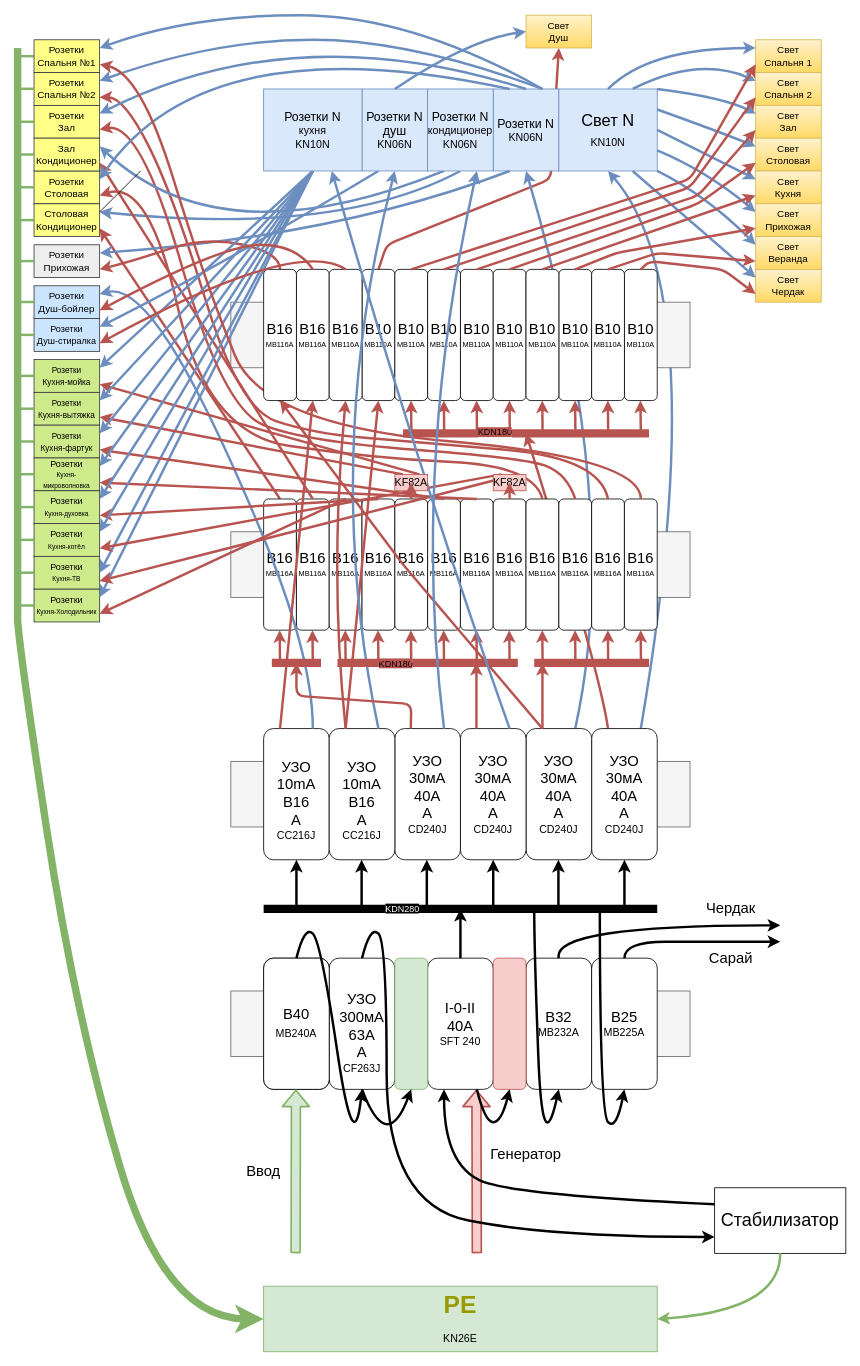
The draw.io diagram shit-v2.drawio in Tur-4000/electro22, before the edit. Source tidied: cells renumbered, new cells numbered last; positions are measured from the earlier drawing's top-left corner, leaving out a move shared by most shapes. Both pictures are drawn from the tidied source at 82%, with x=0, y=0 at pixel (17, 15).
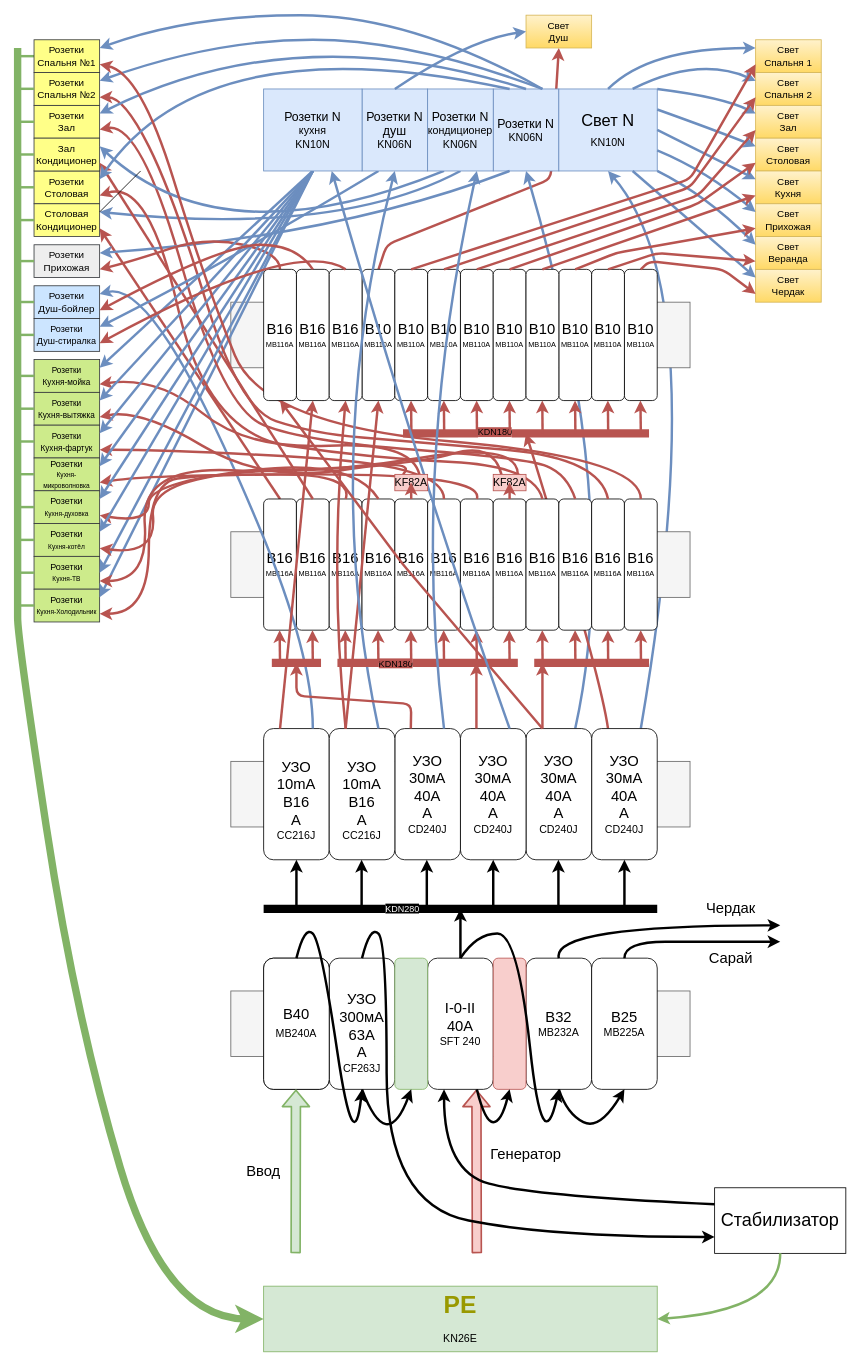
The same diagram, later.

Unchanged cells that the change refers to:
```xml
<mxCell id="13" value="&lt;div style=&quot;font-size: 18px&quot;&gt;&lt;span style=&quot;color: rgb(0 , 0 , 0) ; font-weight: normal ; text-decoration: none ; font-family: &amp;#34;arial&amp;#34; ; font-style: normal&quot;&gt;&lt;font style=&quot;font-size: 18px&quot;&gt;B32&lt;/font&gt;&lt;br&gt;&lt;/span&gt;&lt;/div&gt;&lt;div&gt;&lt;span style=&quot;font-size: 13px ; color: #000000 ; font-weight: normal ; text-decoration: none ; font-family: &amp;#34;arial&amp;#34; ; font-style: normal&quot;&gt; MB232A&lt;/span&gt;&lt;/div&gt;" style="rounded=1;whiteSpace=wrap;html=1;" parent="1" vertex="1">
  <mxGeometry x="620" y="1150" width="80" height="160" as="geometry" />
</mxCell>
<mxCell id="17" value="&lt;div style=&quot;font-size: 18px&quot;&gt;&lt;span style=&quot;color: rgb(0 , 0 , 0) ; font-weight: normal ; text-decoration: none ; font-family: &amp;#34;arial&amp;#34; ; font-style: normal&quot;&gt;I-0-II&lt;br&gt;&lt;/span&gt;&lt;/div&gt;&lt;div style=&quot;font-size: 18px&quot;&gt;&lt;span style=&quot;color: rgb(0 , 0 , 0) ; font-weight: normal ; text-decoration: none ; font-family: &amp;#34;arial&amp;#34; ; font-style: normal&quot;&gt;40A&lt;br&gt;&lt;/span&gt;&lt;/div&gt;&lt;div&gt;&lt;span style=&quot;font-size: 13px ; color: #000000 ; font-weight: normal ; text-decoration: none ; font-family: &amp;#34;arial&amp;#34; ; font-style: normal&quot;&gt;SFT 240&lt;/span&gt;&lt;/div&gt;" style="rounded=1;whiteSpace=wrap;html=1;" parent="1" vertex="1">
  <mxGeometry x="500" y="1150" width="80" height="160" as="geometry" />
</mxCell>
<mxCell id="18" value="&lt;div style=&quot;font-size: 18px&quot;&gt;&lt;span style=&quot;color: rgb(0 , 0 , 0) ; font-weight: normal ; text-decoration: none ; font-family: &amp;#34;arial&amp;#34; ; font-style: normal&quot;&gt;&lt;font style=&quot;font-size: 18px&quot;&gt;B25&lt;/font&gt;&lt;br&gt;&lt;/span&gt;&lt;/div&gt;&lt;div&gt;&lt;span style=&quot;font-size: 13px ; color: #000000 ; font-weight: normal ; text-decoration: none ; font-family: &amp;#34;arial&amp;#34; ; font-style: normal&quot;&gt;MB225A&lt;/span&gt;&lt;/div&gt;" style="rounded=1;whiteSpace=wrap;html=1;" parent="1" vertex="1">
  <mxGeometry x="700" y="1150" width="80" height="160" as="geometry" />
</mxCell>
<mxCell id="53" value="&lt;div&gt;&lt;font style=&quot;font-size: 10px&quot;&gt;Розетки&lt;/font&gt;&lt;/div&gt;&lt;div&gt;&lt;font style=&quot;font-size: 10px&quot;&gt;Кухня-мойка&lt;br&gt;&lt;/font&gt;&lt;/div&gt;" style="rounded=0;whiteSpace=wrap;html=1;fillColor=#cdeb8b;strokeColor=#36393d;" parent="1" vertex="1">
  <mxGeometry x="20" y="420" width="80" height="40" as="geometry" />
</mxCell>
<mxCell id="54" value="&lt;div&gt;&lt;font style=&quot;font-size: 10px&quot;&gt;Розетки&lt;/font&gt;&lt;/div&gt;&lt;div&gt;&lt;font style=&quot;font-size: 10px&quot;&gt;Кухня-вытяжка&lt;br&gt;&lt;/font&gt;&lt;/div&gt;" style="rounded=0;whiteSpace=wrap;html=1;fillColor=#cdeb8b;strokeColor=#36393d;" parent="1" vertex="1">
  <mxGeometry x="20" y="460" width="80" height="40" as="geometry" />
</mxCell>
<mxCell id="55" value="&lt;div&gt;&lt;font style=&quot;font-size: 10px&quot;&gt;Розетки&lt;/font&gt;&lt;/div&gt;&lt;div&gt;&lt;font style=&quot;font-size: 10px&quot;&gt;Кухня-фартук&lt;br&gt;&lt;/font&gt;&lt;/div&gt;" style="rounded=0;whiteSpace=wrap;html=1;fillColor=#cdeb8b;strokeColor=#36393d;" parent="1" vertex="1">
  <mxGeometry x="20" y="500" width="80" height="40" as="geometry" />
</mxCell>
<mxCell id="56" value="&lt;div style=&quot;font-size: 11px&quot;&gt;&lt;font style=&quot;font-size: 11px&quot;&gt;Розетки&lt;/font&gt;&lt;/div&gt;&lt;div style=&quot;font-size: 11px&quot;&gt;&lt;font style=&quot;font-size: 11px&quot;&gt;&lt;font style=&quot;font-size: 8px&quot;&gt;Кухня-микроволновка&lt;/font&gt;&lt;br&gt;&lt;/font&gt;&lt;/div&gt;" style="rounded=0;whiteSpace=wrap;html=1;fillColor=#cdeb8b;strokeColor=#36393d;" parent="1" vertex="1">
  <mxGeometry x="20" y="540" width="80" height="40" as="geometry" />
</mxCell>
<mxCell id="57" value="&lt;div style=&quot;font-size: 11px&quot;&gt;&lt;font style=&quot;font-size: 11px&quot;&gt;Розетки&lt;/font&gt;&lt;/div&gt;&lt;div style=&quot;font-size: 11px&quot;&gt;&lt;font style=&quot;font-size: 11px&quot;&gt;&lt;font style=&quot;font-size: 8px&quot;&gt;Кухня-духовка&lt;/font&gt;&lt;br&gt;&lt;/font&gt;&lt;/div&gt;" style="rounded=0;whiteSpace=wrap;html=1;fillColor=#cdeb8b;strokeColor=#36393d;" parent="1" vertex="1">
  <mxGeometry x="20" y="580" width="80" height="40" as="geometry" />
</mxCell>
<mxCell id="58" value="&lt;div style=&quot;font-size: 11px&quot;&gt;&lt;font style=&quot;font-size: 11px&quot;&gt;Розетки&lt;/font&gt;&lt;/div&gt;&lt;div style=&quot;font-size: 11px&quot;&gt;&lt;font style=&quot;font-size: 11px&quot;&gt;&lt;font style=&quot;font-size: 8px&quot;&gt;Кухня-котёл&lt;/font&gt;&lt;br&gt;&lt;/font&gt;&lt;/div&gt;" style="rounded=0;whiteSpace=wrap;html=1;fillColor=#cdeb8b;strokeColor=#36393d;" parent="1" vertex="1">
  <mxGeometry x="20" y="620" width="80" height="40" as="geometry" />
</mxCell>
<mxCell id="59" value="&lt;div style=&quot;font-size: 11px&quot;&gt;&lt;font style=&quot;font-size: 11px&quot;&gt;Розетки&lt;/font&gt;&lt;/div&gt;&lt;div style=&quot;font-size: 11px&quot;&gt;&lt;font style=&quot;font-size: 11px&quot;&gt;&lt;font style=&quot;font-size: 8px&quot;&gt;Кухня-ТВ&lt;/font&gt;&lt;br&gt;&lt;/font&gt;&lt;/div&gt;" style="rounded=0;whiteSpace=wrap;html=1;fillColor=#cdeb8b;strokeColor=#36393d;" parent="1" vertex="1">
  <mxGeometry x="20" y="660" width="80" height="40" as="geometry" />
</mxCell>
<mxCell id="60" value="&lt;div style=&quot;font-size: 11px&quot;&gt;&lt;font style=&quot;font-size: 11px&quot;&gt;Розетки&lt;/font&gt;&lt;/div&gt;&lt;div style=&quot;font-size: 11px&quot;&gt;&lt;font style=&quot;font-size: 11px&quot;&gt;&lt;font style=&quot;font-size: 8px&quot;&gt;Кухня-Холодильник&lt;/font&gt;&lt;br&gt;&lt;/font&gt;&lt;/div&gt;" style="rounded=0;whiteSpace=wrap;html=1;fillColor=#cdeb8b;strokeColor=#36393d;" parent="1" vertex="1">
  <mxGeometry x="20" y="700" width="80" height="40" as="geometry" />
</mxCell>
<mxCell id="120" value="&lt;div&gt;&lt;span style=&quot;font-size: 13px ; color: #000000 ; font-weight: normal ; text-decoration: none ; font-family: &amp;#34;arial&amp;#34; ; font-style: normal&quot;&gt;&lt;font style=&quot;font-size: 18px&quot;&gt;B16&lt;/font&gt;&lt;br&gt;&lt;/span&gt;&lt;/div&gt;&lt;div&gt;&lt;font size=&quot;1&quot;&gt;&lt;span style=&quot;font-size: 9px ; color: rgb(0 , 0 , 0) ; font-weight: normal ; text-decoration: none ; font-family: &amp;#34;arial&amp;#34; ; font-style: normal&quot;&gt;MB116A&lt;/span&gt;&lt;/font&gt;&lt;/div&gt;" style="rounded=1;whiteSpace=wrap;html=1;" parent="1" vertex="1">
  <mxGeometry x="380" y="590" width="40" height="160" as="geometry" />
</mxCell>
<mxCell id="121" value="&lt;div&gt;&lt;span style=&quot;font-size: 13px ; color: #000000 ; font-weight: normal ; text-decoration: none ; font-family: &amp;#34;arial&amp;#34; ; font-style: normal&quot;&gt;&lt;font style=&quot;font-size: 18px&quot;&gt;B16&lt;/font&gt;&lt;br&gt;&lt;/span&gt;&lt;/div&gt;&lt;div&gt;&lt;font size=&quot;1&quot;&gt;&lt;span style=&quot;font-size: 9px ; color: rgb(0 , 0 , 0) ; font-weight: normal ; text-decoration: none ; font-family: &amp;#34;arial&amp;#34; ; font-style: normal&quot;&gt;MB116A&lt;/span&gt;&lt;/font&gt;&lt;/div&gt;" style="rounded=1;whiteSpace=wrap;html=1;" parent="1" vertex="1">
  <mxGeometry x="420" y="590" width="40" height="160" as="geometry" />
</mxCell>
<mxCell id="123" value="&lt;div&gt;&lt;span style=&quot;font-size: 13px ; color: #000000 ; font-weight: normal ; text-decoration: none ; font-family: &amp;#34;arial&amp;#34; ; font-style: normal&quot;&gt;&lt;font style=&quot;font-size: 18px&quot;&gt;B16&lt;/font&gt;&lt;br&gt;&lt;/span&gt;&lt;/div&gt;&lt;div&gt;&lt;font size=&quot;1&quot;&gt;&lt;span style=&quot;font-size: 9px ; color: rgb(0 , 0 , 0) ; font-weight: normal ; text-decoration: none ; font-family: &amp;#34;arial&amp;#34; ; font-style: normal&quot;&gt;MB116A&lt;/span&gt;&lt;/font&gt;&lt;/div&gt;" style="rounded=1;whiteSpace=wrap;html=1;" parent="1" vertex="1">
  <mxGeometry x="500" y="590" width="40" height="160" as="geometry" />
</mxCell>
<mxCell id="124" value="&lt;div&gt;&lt;span style=&quot;font-size: 13px ; color: #000000 ; font-weight: normal ; text-decoration: none ; font-family: &amp;#34;arial&amp;#34; ; font-style: normal&quot;&gt;&lt;font style=&quot;font-size: 18px&quot;&gt;B16&lt;/font&gt;&lt;br&gt;&lt;/span&gt;&lt;/div&gt;&lt;div&gt;&lt;font size=&quot;1&quot;&gt;&lt;span style=&quot;font-size: 9px ; color: rgb(0 , 0 , 0) ; font-weight: normal ; text-decoration: none ; font-family: &amp;#34;arial&amp;#34; ; font-style: normal&quot;&gt;MB116A&lt;/span&gt;&lt;/font&gt;&lt;/div&gt;" style="rounded=1;whiteSpace=wrap;html=1;" parent="1" vertex="1">
  <mxGeometry x="540" y="590" width="40" height="160" as="geometry" />
</mxCell>
<mxCell id="195" value="&lt;span style=&quot;font-size: 13px ; color: #000000 ; font-weight: normal ; text-decoration: none ; font-family: &amp;#34;arial&amp;#34; ; font-style: normal&quot;&gt;KF82A&lt;/span&gt;" style="rounded=0;whiteSpace=wrap;html=1;fillColor=#f8cecc;strokeColor=#b85450;" parent="1" vertex="1">
  <mxGeometry x="580" y="560" width="40" height="20" as="geometry" />
</mxCell>
<mxCell id="197" value="&lt;span style=&quot;font-size: 13px ; color: #000000 ; font-weight: normal ; text-decoration: none ; font-family: &amp;#34;arial&amp;#34; ; font-style: normal&quot;&gt;KF82A&lt;/span&gt;" style="rounded=0;whiteSpace=wrap;html=1;fillColor=#f8cecc;strokeColor=#b85450;" parent="1" vertex="1">
  <mxGeometry x="460" y="560" width="40" height="20" as="geometry" />
</mxCell>
```

Change to the diagram source:
```diff
@@
-    <mxCell id="26" style="curved=1;endArrow=classic;html=1;strokeWidth=3;entryX=0.5;entryY=1;entryDx=0;entryDy=0;" parent="1" edge="1" target="13">
+    <mxCell id="26" style="curved=1;endArrow=classic;html=1;strokeWidth=3;entryX=0.5;entryY=1;entryDx=0;entryDy=0;exitX=0.5;exitY=0;exitDx=0;exitDy=0;" parent="1" edge="1" source="17" target="13">
       <mxGeometry relative="1" as="geometry">
-        <mxPoint x="630" y="1090" as="sourcePoint" />
         <Array as="points">
-          <mxPoint x="630" y="1140" />
+          <mxPoint x="560" y="1120" />
+          <mxPoint x="610" y="1120" />
           <mxPoint x="640" y="1400" />
         </Array>
       </mxGeometry>
     </mxCell>
-    <mxCell id="27" style="curved=1;endArrow=classic;html=1;strokeWidth=3;entryX=0.5;entryY=1;entryDx=0;entryDy=0;" parent="1" edge="1" target="18">
+    <mxCell id="27" style="curved=1;endArrow=classic;html=1;strokeWidth=3;entryX=0.5;entryY=1;entryDx=0;entryDy=0;exitX=0.5;exitY=1;exitDx=0;exitDy=0;" parent="1" edge="1" source="13" target="18">
       <mxGeometry relative="1" as="geometry">
-        <mxPoint x="710" y="1090" as="sourcePoint" />
         <Array as="points">
-          <mxPoint x="710" y="1340" />
-          <mxPoint x="730" y="1360" />
+          <mxPoint x="670" y="1340" />
+          <mxPoint x="710" y="1360" />
         </Array>
       </mxGeometry>
     </mxCell>
@@
     <mxCell id="146" style="curved=1;endArrow=none;html=1;strokeWidth=3;exitX=1;exitY=0.75;exitDx=0;exitDy=0;fillColor=#f8cecc;strokeColor=#b85450;entryX=0.75;entryY=0;entryDx=0;entryDy=0;startArrow=classic;startFill=1;endFill=0;" parent="1" edge="1" source="53" target="197">
-      <mxGeometry relative="1" as="geometry" />
+      <mxGeometry relative="1" as="geometry">
+        <Array as="points">
+          <mxPoint x="170" y="440" />
+          <mxPoint x="280" y="530" />
+          <mxPoint x="480" y="520" />
+        </Array>
+      </mxGeometry>
     </mxCell>
@@
     <mxCell id="148" style="curved=1;endArrow=none;html=1;strokeWidth=3;exitX=1;exitY=0.75;exitDx=0;exitDy=0;fillColor=#f8cecc;strokeColor=#b85450;entryX=0.25;entryY=0;entryDx=0;entryDy=0;startArrow=classic;startFill=1;endFill=0;" parent="1" edge="1" source="54" target="197">
-      <mxGeometry relative="1" as="geometry" />
+      <mxGeometry relative="1" as="geometry">
+        <Array as="points">
+          <mxPoint x="150" y="480" />
+          <mxPoint x="300" y="570" />
+          <mxPoint x="490" y="540" />
+        </Array>
+      </mxGeometry>
     </mxCell>
@@
     <mxCell id="150" style="curved=1;endArrow=none;html=1;strokeWidth=3;exitX=1;exitY=0.75;exitDx=0;exitDy=0;fillColor=#f8cecc;strokeColor=#b85450;entryX=0.5;entryY=0;entryDx=0;entryDy=0;startArrow=classic;startFill=1;endFill=0;" parent="1" edge="1" source="55" target="123">
-      <mxGeometry relative="1" as="geometry" />
+      <mxGeometry relative="1" as="geometry">
+        <Array as="points">
+          <mxPoint x="200" y="530" />
+          <mxPoint x="520" y="550" />
+        </Array>
+      </mxGeometry>
     </mxCell>
@@
     <mxCell id="152" style="curved=1;endArrow=none;html=1;strokeWidth=3;exitX=1;exitY=0.75;exitDx=0;exitDy=0;fillColor=#f8cecc;strokeColor=#b85450;entryX=0.5;entryY=0;entryDx=0;entryDy=0;startArrow=classic;startFill=1;endFill=0;" parent="1" edge="1" source="56" target="124">
-      <mxGeometry relative="1" as="geometry" />
+      <mxGeometry relative="1" as="geometry">
+        <Array as="points">
+          <mxPoint x="160" y="560" />
+          <mxPoint x="570" y="560" />
+        </Array>
+      </mxGeometry>
     </mxCell>
@@
     <mxCell id="154" style="curved=1;endArrow=none;html=1;strokeWidth=3;exitX=1;exitY=0.75;exitDx=0;exitDy=0;fillColor=#f8cecc;strokeColor=#b85450;entryX=0.5;entryY=0;entryDx=0;entryDy=0;startArrow=classic;startFill=1;endFill=0;" parent="1" edge="1" source="57" target="121">
-      <mxGeometry relative="1" as="geometry" />
+      <mxGeometry relative="1" as="geometry">
+        <Array as="points">
+          <mxPoint x="160" y="620" />
+          <mxPoint x="160" y="570" />
+          <mxPoint x="410" y="540" />
+        </Array>
+      </mxGeometry>
     </mxCell>
@@
     <mxCell id="156" style="curved=1;endArrow=none;html=1;strokeWidth=3;exitX=1;exitY=0.75;exitDx=0;exitDy=0;fillColor=#f8cecc;strokeColor=#b85450;entryX=0.5;entryY=0;entryDx=0;entryDy=0;startArrow=classic;startFill=1;endFill=0;" parent="1" edge="1" source="60" target="120">
-      <mxGeometry relative="1" as="geometry" />
+      <mxGeometry relative="1" as="geometry">
+        <Array as="points">
+          <mxPoint x="160" y="730" />
+          <mxPoint x="160" y="570" />
+          <mxPoint x="230" y="560" />
+          <mxPoint x="410" y="560" />
+        </Array>
+      </mxGeometry>
     </mxCell>
@@
     <mxCell id="158" style="curved=1;endArrow=none;html=1;strokeWidth=3;exitX=1;exitY=0.75;exitDx=0;exitDy=0;fillColor=#f8cecc;strokeColor=#b85450;startArrow=classic;startFill=1;endFill=0;entryX=0.25;entryY=0;entryDx=0;entryDy=0;" parent="1" edge="1" source="58" target="195">
-      <mxGeometry relative="1" as="geometry" />
+      <mxGeometry relative="1" as="geometry">
+        <Array as="points">
+          <mxPoint x="170" y="660" />
+          <mxPoint x="160" y="560" />
+          <mxPoint x="480" y="550" />
+          <mxPoint x="580" y="520" />
+        </Array>
+      </mxGeometry>
     </mxCell>
@@
     <mxCell id="160" style="curved=1;endArrow=none;html=1;strokeWidth=3;exitX=1;exitY=0.75;exitDx=0;exitDy=0;fillColor=#f8cecc;strokeColor=#b85450;entryX=0.75;entryY=0;entryDx=0;entryDy=0;startArrow=classic;startFill=1;endFill=0;" parent="1" edge="1" source="59" target="195">
-      <mxGeometry relative="1" as="geometry" />
+      <mxGeometry relative="1" as="geometry">
+        <Array as="points">
+          <mxPoint x="160" y="690" />
+          <mxPoint x="150" y="550" />
+          <mxPoint x="370" y="560" />
+          <mxPoint x="610" y="520" />
+        </Array>
+      </mxGeometry>
     </mxCell>
```
